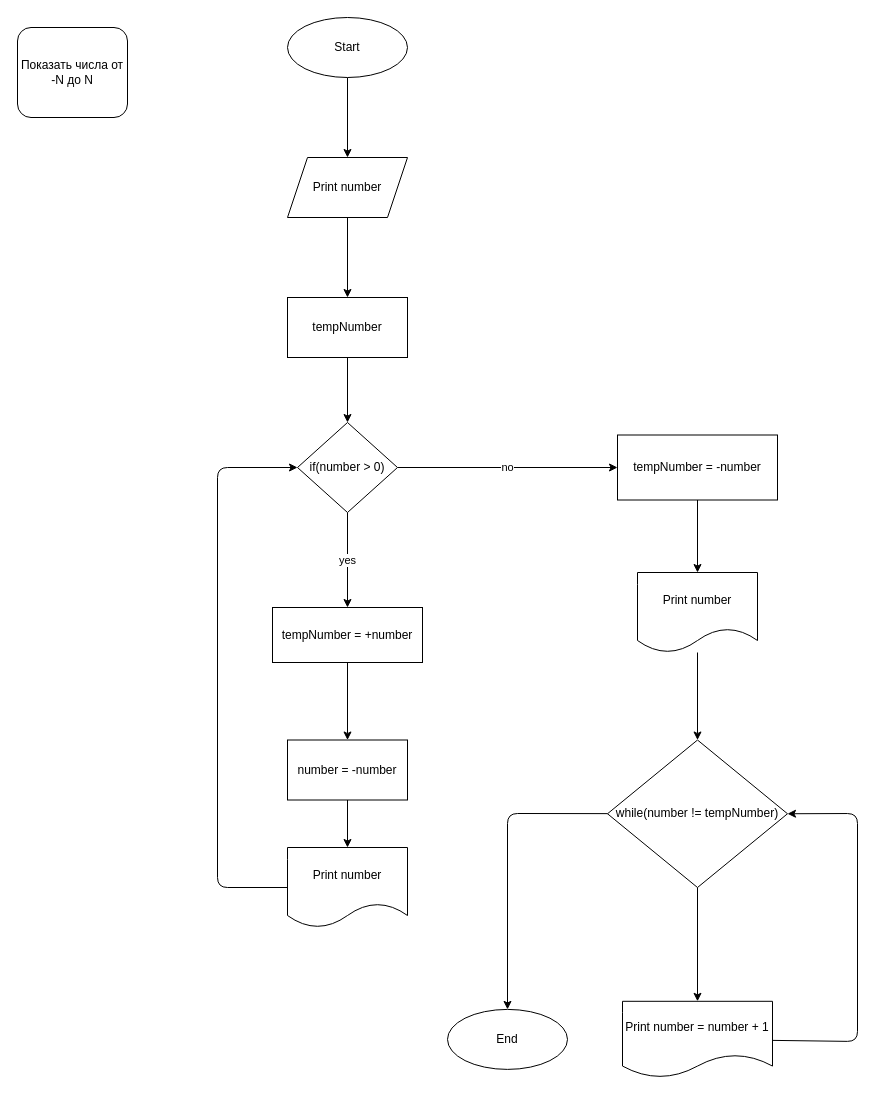
This is Task7ShowNumberFrom-NToN/flowchart.drawio from Fostix/LoLTasks, a draw.io file, before an edit. Source tidied: cells renumbered, new cells numbered last; positions are measured from the earlier drawing's top-left corner, leaving out a move shared by most shapes. Both pictures are drawn from the tidied source at 100%, with x=0, y=0 at pixel (17, 17).
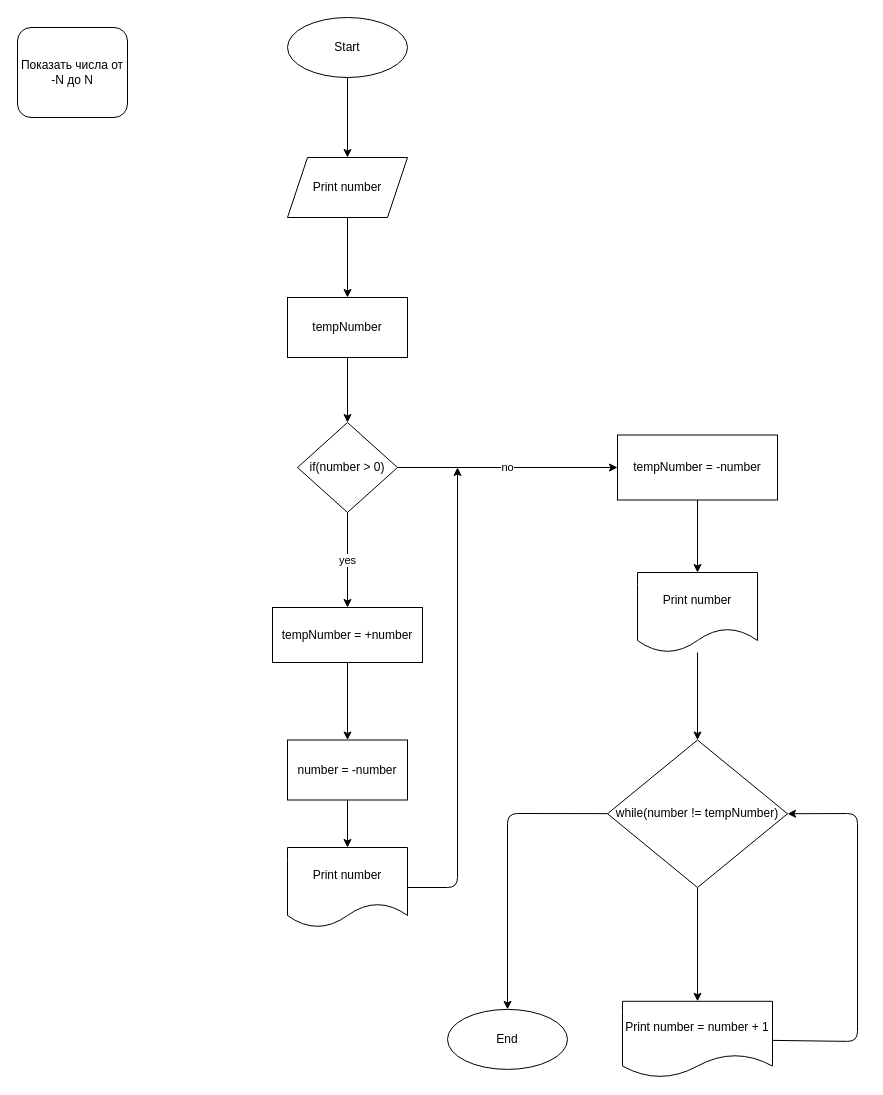
The same diagram, later.

Commit message:
found and correct mistake in task 7 flowchart incorrect arrow in if

Unchanged cells that the change refers to:
```xml
<mxCell id="9" value="if(number &amp;gt; 0)" style="rhombus;whiteSpace=wrap;html=1;" parent="1" vertex="1">
  <mxGeometry x="280" y="405" width="100" height="90" as="geometry" />
</mxCell>
<mxCell id="25" value="Print number" style="shape=document;whiteSpace=wrap;html=1;boundedLbl=1;" parent="1" vertex="1">
  <mxGeometry x="270" y="830" width="120" height="80" as="geometry" />
</mxCell>
```

What changed in the source:
```diff
@@
-    <mxCell id="24" style="edgeStyle=none;html=1;entryX=0;entryY=0.5;entryDx=0;entryDy=0;" parent="1" edge="1" source="25" target="9">
-      <mxGeometry relative="1" as="geometry">
-        <Array as="points">
-          <mxPoint x="200" y="870" />
-          <mxPoint x="200" y="450" />
-        </Array>
-      </mxGeometry>
-    </mxCell>
+    <mxCell id="28" style="edgeStyle=none;html=1;" parent="1" edge="1" source="25">
+      <mxGeometry relative="1" as="geometry">
+        <mxPoint x="440" y="450" as="targetPoint" />
+        <Array as="points">
+          <mxPoint x="440" y="870" />
+        </Array>
+      </mxGeometry>
+    </mxCell>
```
